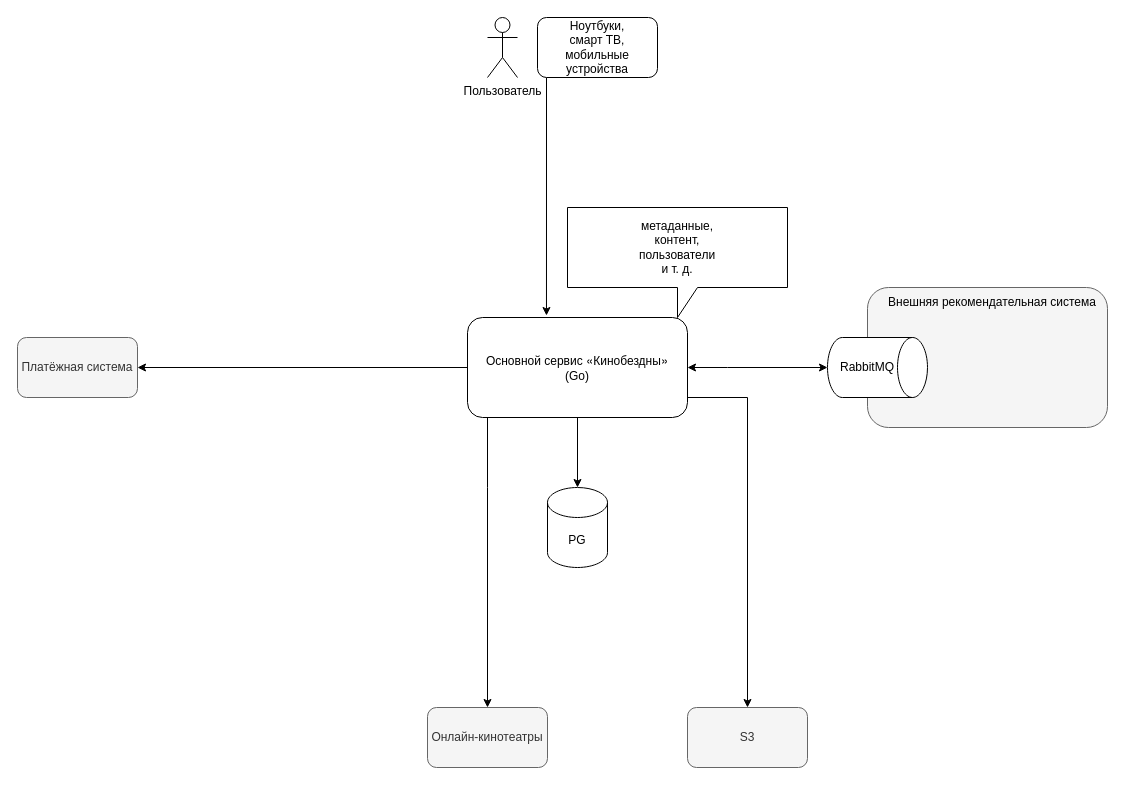
The draw.io diagram kinobezdna_to_be_architecture.drawio in hisamatsu-ya/IG_Sprint2, before the edit. Source tidied: cells renumbered, new cells numbered last; positions are measured from the earlier drawing's top-left corner, leaving out a move shared by most shapes. Both pictures are drawn from the tidied source at 100%, with x=0, y=0 at pixel (17, 17).
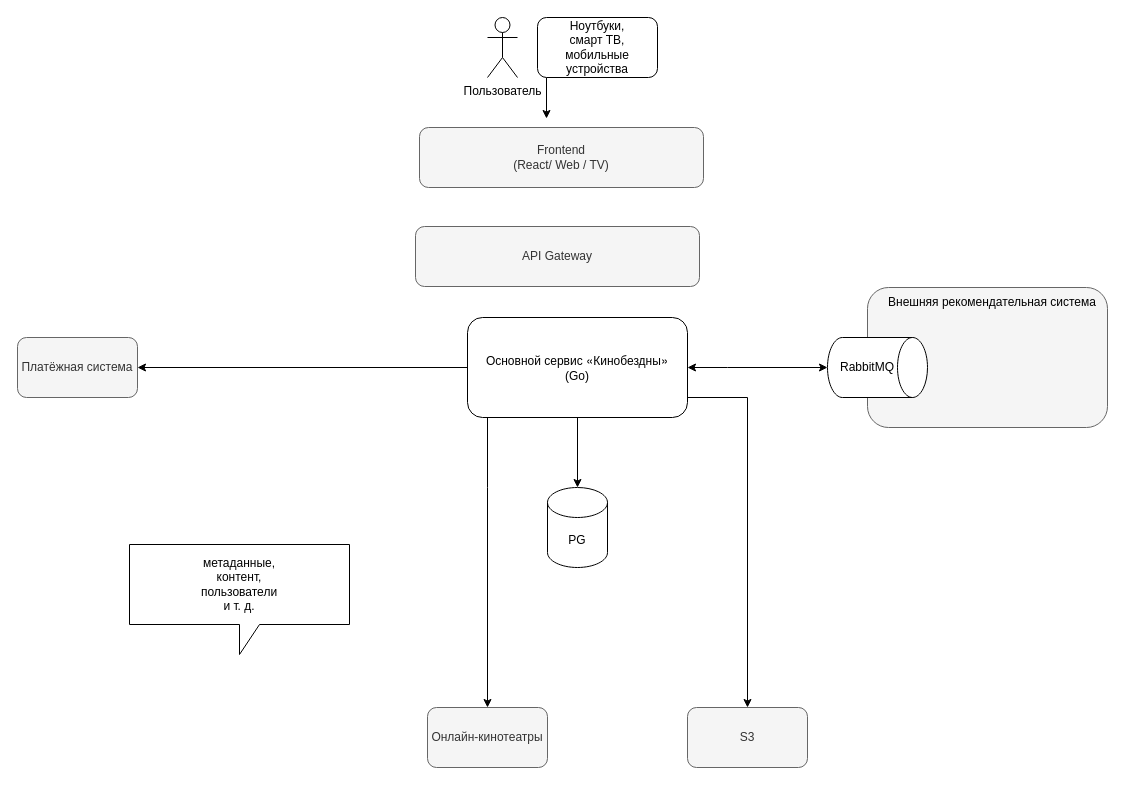
After the change.

Unchanged cells that the change refers to:
```xml
<mxCell id="6" value="Основной сервис&amp;nbsp;&lt;span style=&quot;font-family: &amp;quot;Helvetica Neue&amp;quot;; font-size: 13px; text-align: start; background-color: initial;&quot;&gt;«&lt;/span&gt;&lt;span style=&quot;background-color: initial;&quot;&gt;Кинобездны&lt;/span&gt;&lt;span style=&quot;font-family: &amp;quot;Helvetica Neue&amp;quot;; font-size: 13px; text-align: start; background-color: initial;&quot;&gt;»&lt;/span&gt;&lt;div&gt;(Go)&lt;/div&gt;" style="rounded=1;whiteSpace=wrap;html=1;" parent="1" vertex="1">
  <mxGeometry x="450" y="300" width="220" height="100" as="geometry" />
</mxCell>
```

Diff of the diagram source:
```diff
@@
     <mxCell id="13" value="метаданные,&lt;div&gt;контент,&lt;/div&gt;&lt;div&gt;пользователи&lt;/div&gt;&lt;div&gt;и т. д.&lt;/div&gt;" style="shape=callout;whiteSpace=wrap;html=1;perimeter=calloutPerimeter;" parent="1" vertex="1">
-      <mxGeometry x="550" y="190" width="220" height="110" as="geometry" />
+      <mxGeometry x="112" y="527" width="220" height="110" as="geometry" />
     </mxCell>
@@
-    <mxCell id="15" style="endArrow=classic;html=1;rounded=0;entryX=0.359;entryY=-0.02;entryDx=0;entryDy=0;entryPerimeter=0;" parent="1" edge="1" target="6">
+    <mxCell id="15" style="endArrow=classic;html=1;rounded=0;" parent="1" edge="1">
       <mxGeometry relative="1" as="geometry">
         <mxPoint x="529" y="60" as="sourcePoint" />
+        <mxPoint x="529" y="101" as="targetPoint" />
       </mxGeometry>
     </mxCell>
@@
+    <mxCell id="20" value="Frontend&lt;br&gt;(React/ Web / TV)" style="rounded=1;whiteSpace=wrap;html=1;fillColor=#f5f5f5;fontColor=#333333;strokeColor=#666666;" parent="1" vertex="1">
+      <mxGeometry x="402" y="110" width="284" height="60" as="geometry" />
+    </mxCell>
+    <mxCell id="21" value="API Gateway" style="rounded=1;whiteSpace=wrap;html=1;fillColor=#f5f5f5;fontColor=#333333;strokeColor=#666666;" parent="1" vertex="1">
+      <mxGeometry x="398" y="209" width="284" height="60" as="geometry" />
+    </mxCell>
```
